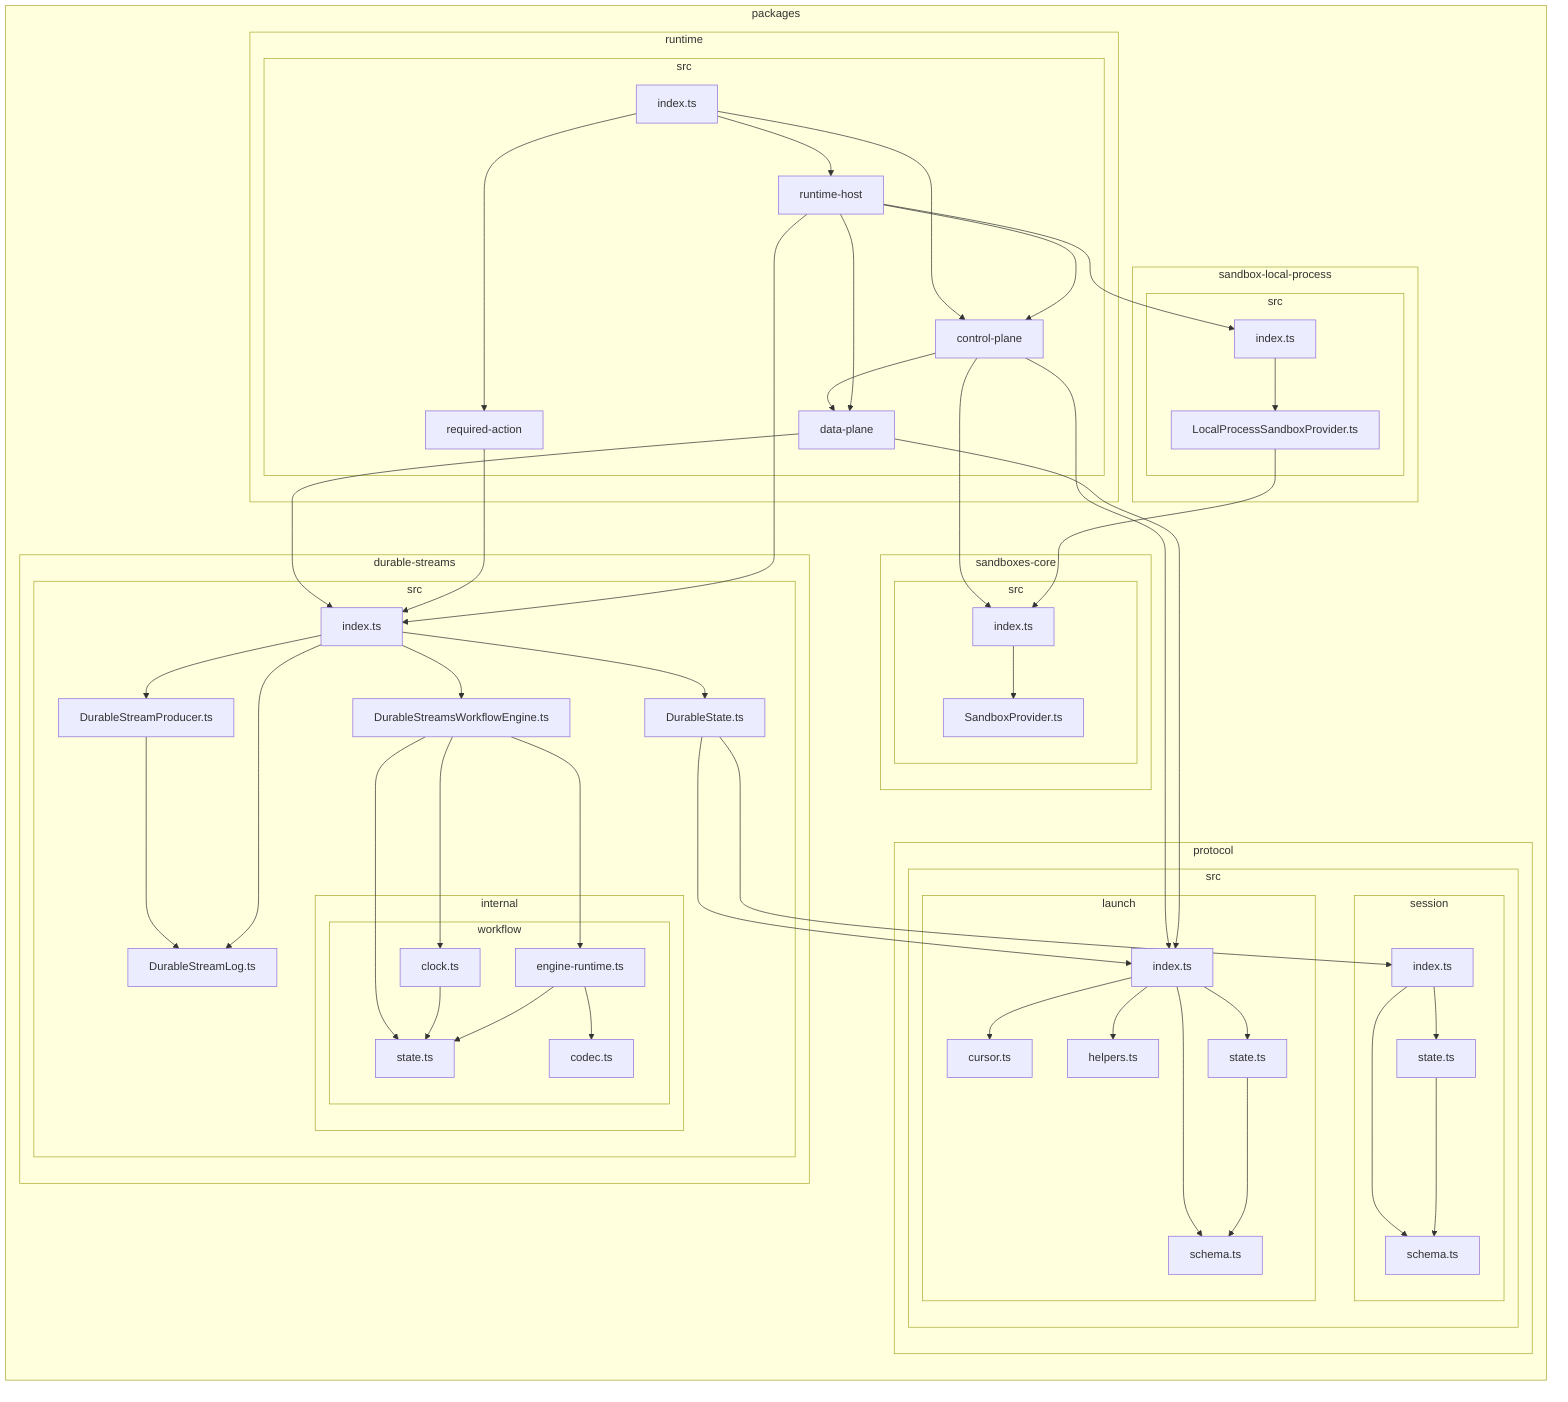
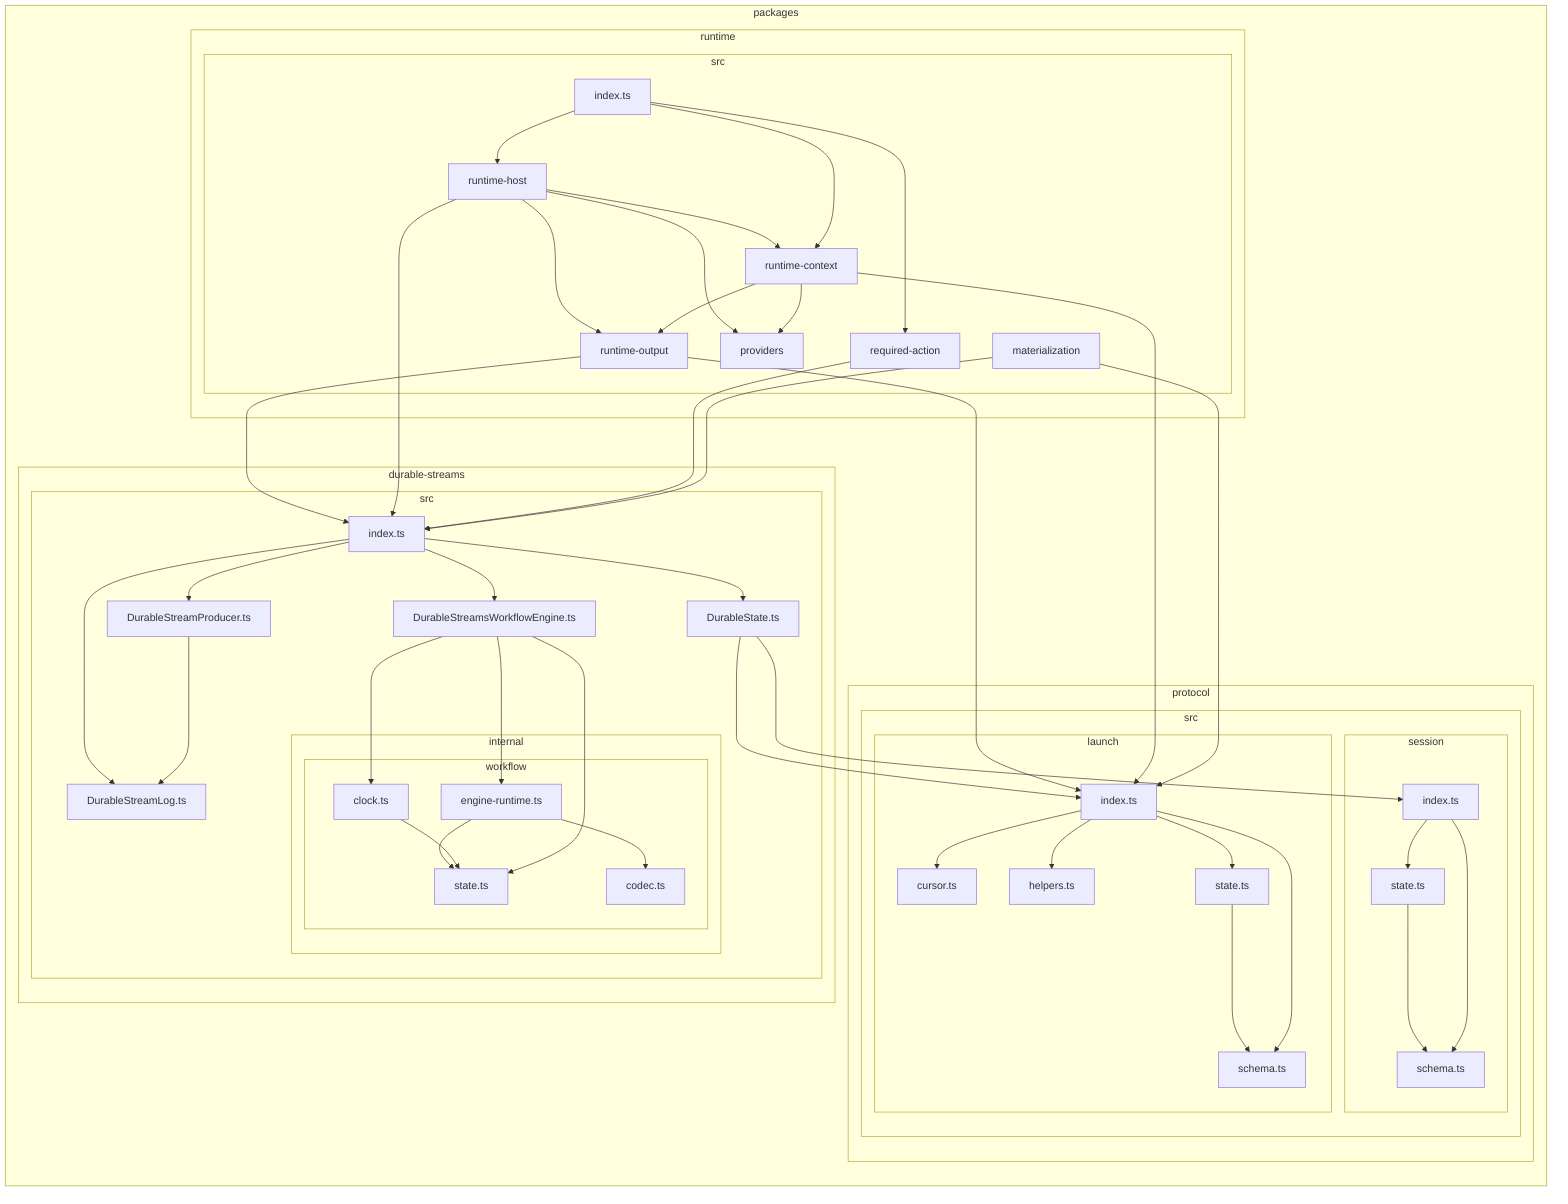
flowchart LR

subgraph 0["packages"]
subgraph 1["durable-streams"]
subgraph 2["src"]
3["DurableState.ts"]
4["DurableStreamLog.ts"]
5["DurableStreamProducer.ts"]
6["DurableStreamsWorkflowEngine.ts"]
7["index.ts"]
subgraph 8["internal"]
subgraph 9["workflow"]
A["clock.ts"]
B["codec.ts"]
C["engine-runtime.ts"]
D["state.ts"]
end
end
end
end
subgraph E["protocol"]
subgraph F["src"]
subgraph G["launch"]
H["cursor.ts"]
I["helpers.ts"]
J["index.ts"]
K["schema.ts"]
L["state.ts"]
end
subgraph M["session"]
N["index.ts"]
O["schema.ts"]
P["state.ts"]
end
end
end
subgraph Q["runtime"]
subgraph R["src"]
- S["control-plane"]
- T["data-plane"]
- U["index.ts"]
+ S["index.ts"]
+ T["materialization"]
+ U["providers"]
V["required-action"]
- W["runtime-host"]
- end
- end
- subgraph X["sandbox-local-process"]
- subgraph Y["src"]
- Z["LocalProcessSandboxProvider.ts"]
- 10["index.ts"]
- end
- end
- subgraph 11["sandboxes-core"]
- subgraph 12["src"]
- 13["SandboxProvider.ts"]
- 14["index.ts"]
+ W["runtime-context"]
+ X["runtime-host"]
+ Y["runtime-output"]
end
end
end
3-->J
3-->N
5-->4
6-->A
6-->C
6-->D
7-->3
7-->4
7-->5
7-->6
A-->D
C-->B
C-->D
J-->H
J-->I
J-->K
J-->L
L-->K
N-->O
N-->P
P-->O
- S-->T
- S-->J
- S-->14
+ S-->V
+ S-->W
+ S-->X
+ T-->J
T-->7
- T-->J
- U-->S
- U-->V
- U-->W
V-->7
- W-->S
- W-->T
- W-->7
- W-->10
- Z-->14
- 10-->Z
- 14-->13
+ W-->U
+ W-->Y
+ W-->J
+ X-->U
+ X-->W
+ X-->Y
+ X-->7
+ Y-->7
+ Y-->J
